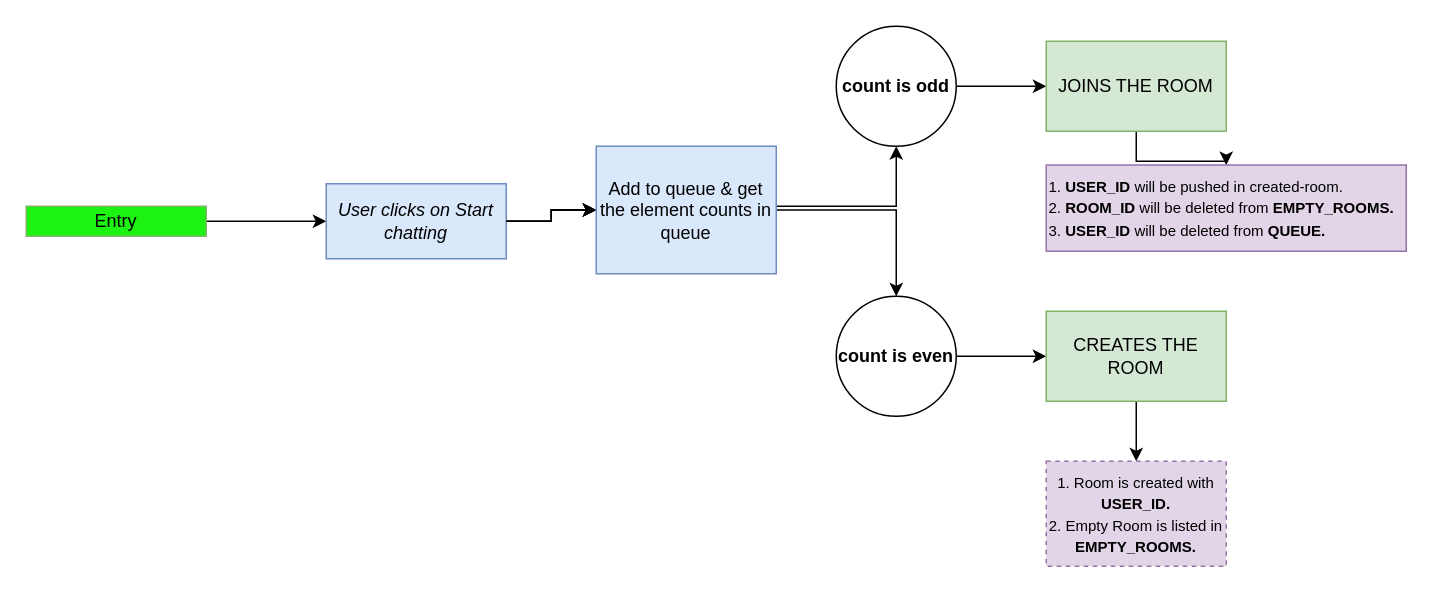
This is charts/Untitled Diagram.drawio from sarveshhh-m/flowcharts, a draw.io file, before an edit. Source tidied: cells renumbered, new cells numbered last; positions are measured from the earlier drawing's top-left corner, leaving out a move shared by most shapes. Both pictures are drawn from the tidied source at 150%, with x=0, y=0 at pixel (26, 26).
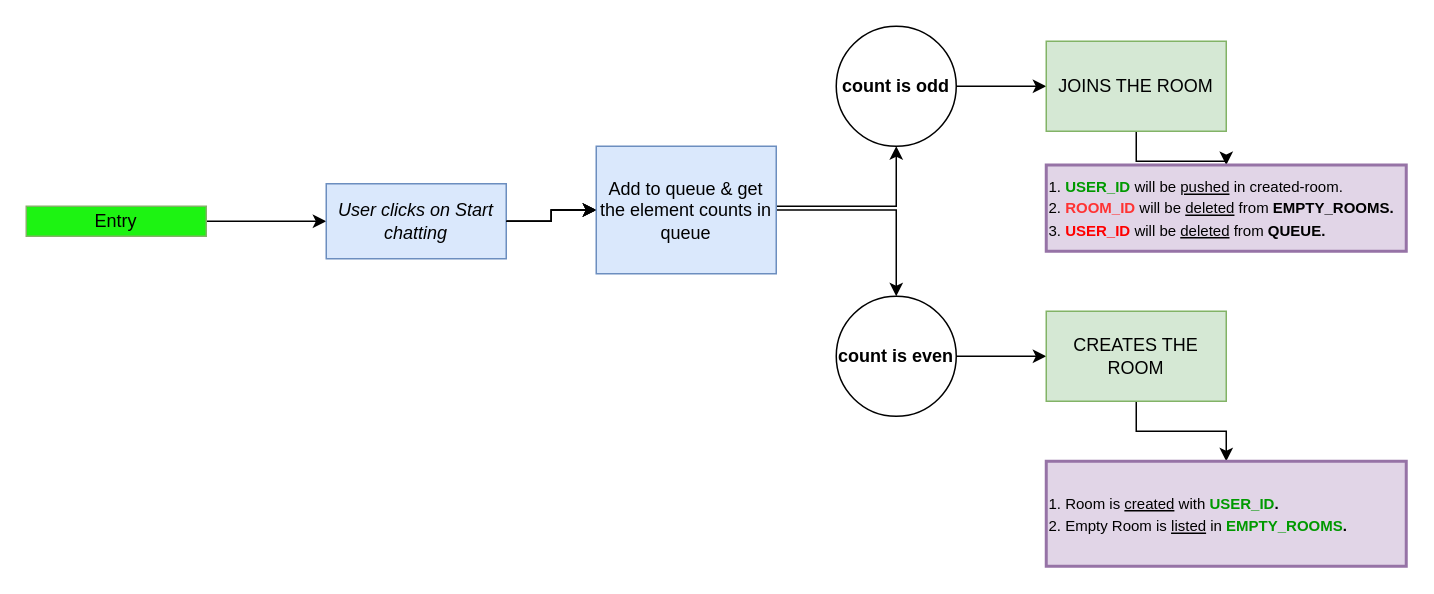
After the change.

Diff of the diagram source:
```diff
@@
-    <mxCell id="19" value="&lt;font style=&quot;font-size: 10px;&quot;&gt;1. Room is created with &lt;b&gt;USER_ID.&lt;/b&gt;&lt;/font&gt;&lt;div&gt;&lt;span style=&quot;font-size: 10px;&quot;&gt;2. Empty Room is listed in &lt;b&gt;EMPTY_ROOMS.&lt;/b&gt;&lt;/span&gt;&lt;/div&gt;" style="whiteSpace=wrap;html=1;fillColor=#e1d5e7;strokeColor=#9673a6;rounded=0;dashed=1;fillStyle=solid;" parent="1" vertex="1">
-      <mxGeometry x="680" y="290" width="120" height="70" as="geometry" />
+    <mxCell id="19" value="&lt;font style=&quot;font-size: 10px;&quot;&gt;1. Room is &lt;u&gt;created&lt;/u&gt; with &lt;b&gt;&lt;font color=&quot;#009900&quot;&gt;USER_ID&lt;/font&gt;.&lt;/b&gt;&lt;/font&gt;&lt;div&gt;&lt;span style=&quot;font-size: 10px;&quot;&gt;2. Empty Room is &lt;u&gt;listed&lt;/u&gt; in &lt;b&gt;&lt;font color=&quot;#009900&quot;&gt;EMPTY_ROOMS&lt;/font&gt;.&lt;/b&gt;&lt;/span&gt;&lt;/div&gt;" style="whiteSpace=wrap;html=1;fillColor=#e1d5e7;strokeColor=#9673a6;rounded=0;fillStyle=solid;align=left;strokeWidth=2;" parent="1" vertex="1">
+      <mxGeometry x="680" y="290" width="240" height="70" as="geometry" />
     </mxCell>
-    <mxCell id="20" value="&lt;font style=&quot;font-size: 10px;&quot;&gt;1. &lt;b&gt;USER_ID &lt;/b&gt;will be pushed in created-room.&lt;/font&gt;&lt;div&gt;&lt;font style=&quot;font-size: 10px;&quot;&gt;2.&amp;nbsp;&lt;b&gt;ROOM_ID &lt;/b&gt;will be deleted from &lt;b&gt;EMPTY_ROOMS.&lt;/b&gt;&lt;/font&gt;&lt;/div&gt;&lt;div&gt;&lt;span style=&quot;font-size: 10px;&quot;&gt;3. &lt;b&gt;USER_ID &lt;/b&gt;will be deleted from &lt;b&gt;QUEUE.&lt;/b&gt;&lt;/span&gt;&lt;/div&gt;" style="whiteSpace=wrap;html=1;fillColor=#e1d5e7;strokeColor=#9673a6;rounded=0;align=left;" parent="1" vertex="1">
+    <mxCell id="20" value="&lt;font style=&quot;font-size: 10px;&quot;&gt;1. &lt;b&gt;&lt;font color=&quot;#009900&quot;&gt;USER_ID&lt;/font&gt; &lt;/b&gt;will be &lt;u&gt;pushed&lt;/u&gt; in created-room.&lt;/font&gt;&lt;div&gt;&lt;font style=&quot;font-size: 10px;&quot;&gt;2.&amp;nbsp;&lt;b&gt;&lt;font color=&quot;#ff3333&quot;&gt;ROOM_ID&lt;/font&gt; &lt;/b&gt;will be &lt;u&gt;deleted&lt;/u&gt; from &lt;b&gt;EMPTY_ROOMS.&lt;/b&gt;&lt;/font&gt;&lt;/div&gt;&lt;div&gt;&lt;span style=&quot;font-size: 10px;&quot;&gt;3. &lt;b&gt;&lt;font color=&quot;#ff0000&quot;&gt;USER_ID&lt;/font&gt; &lt;/b&gt;will be &lt;u&gt;deleted&lt;/u&gt; from &lt;b&gt;QUEUE.&lt;/b&gt;&lt;/span&gt;&lt;/div&gt;" style="whiteSpace=wrap;html=1;fillColor=#e1d5e7;strokeColor=#9673a6;rounded=0;align=left;strokeWidth=2;" parent="1" vertex="1">
       <mxGeometry x="680" y="92.5" width="240" height="57.5" as="geometry" />
     </mxCell>
```
